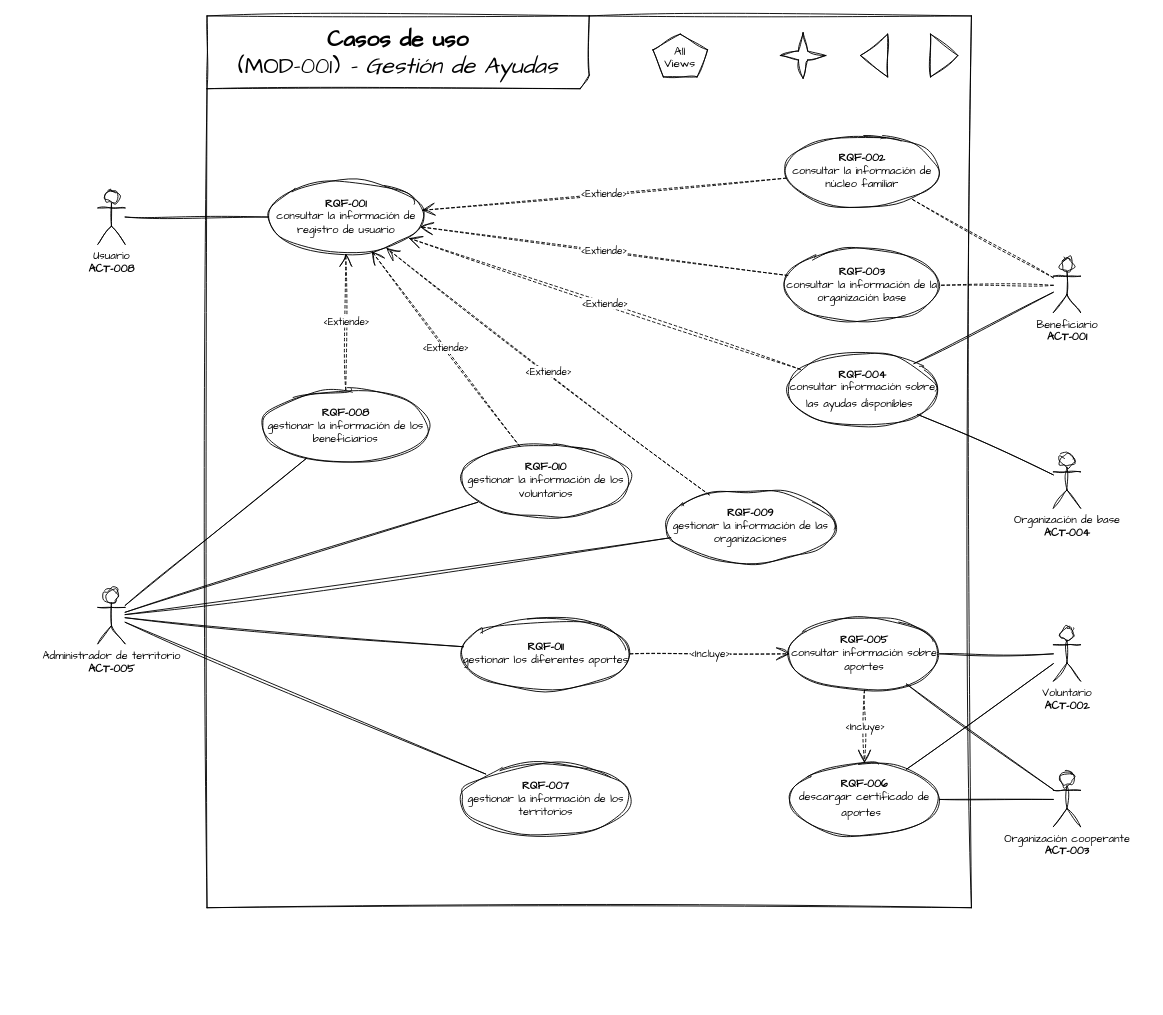
Earlier version of the draw.io diagram page "CU - MOD001" (8 of 11) of Arquitectura de software/Esquemas/Vistas.drawio (yeiferamunozt/ProActHelp). Source tidied: cells renumbered, new cells numbered last; positions are measured from the earlier drawing's top-left corner, leaving out a move shared by most shapes. Both pictures are drawn from the tidied source at 91%, with x=0, y=0 at pixel (97, 15).
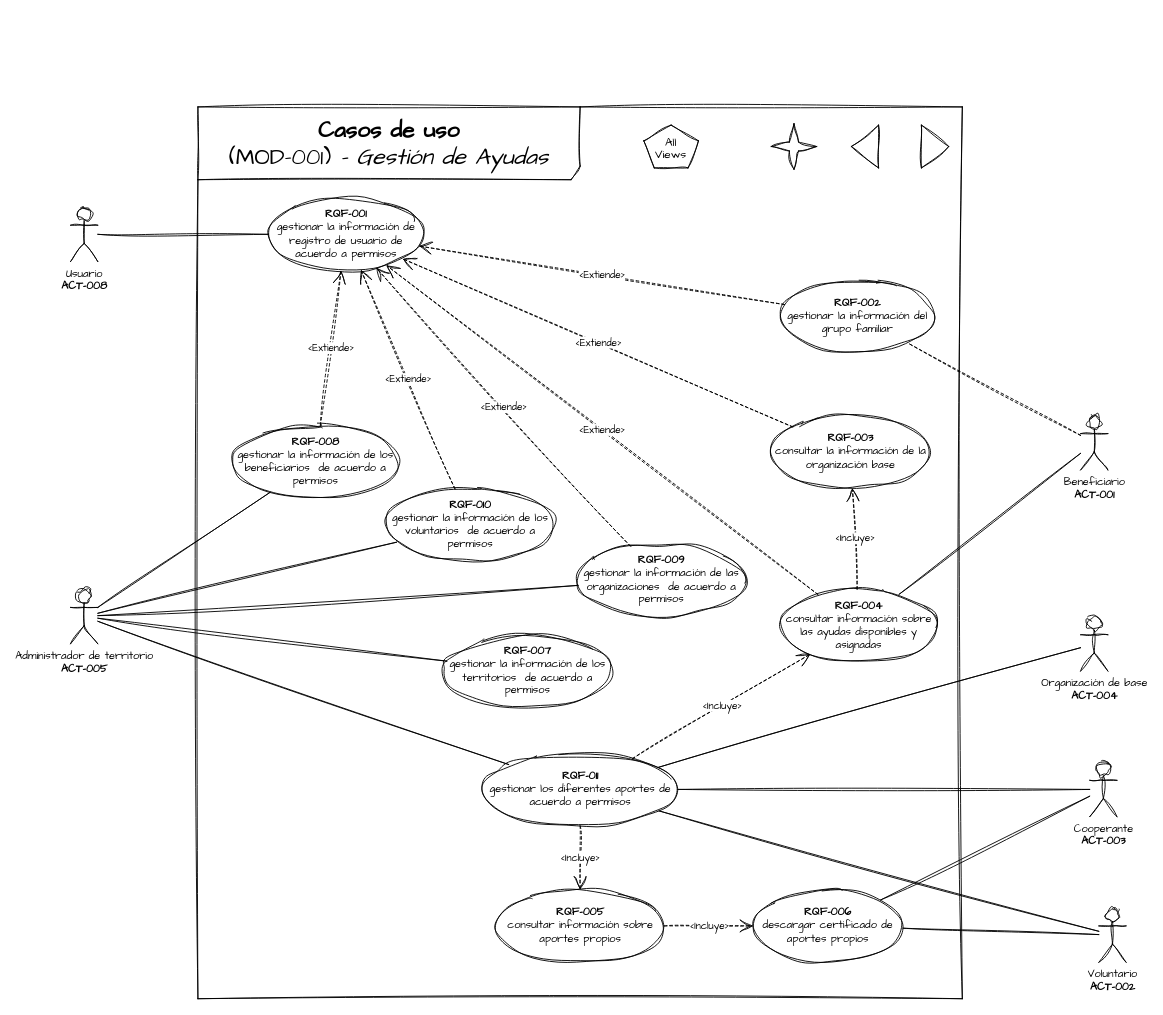
The same diagram, later.

Change to the diagram source:
```diff
@@
     <mxCell id="2" value="&lt;b style=&quot;font-size: 25px;&quot;&gt;&lt;font style=&quot;font-size: 25px;&quot;&gt;Casos de uso&lt;br&gt;&lt;/font&gt;&lt;/b&gt;&lt;div style=&quot;font-size: 25px;&quot;&gt;&lt;font style=&quot;font-size: 25px;&quot;&gt;(MOD-001)&lt;i style=&quot;&quot;&gt;&amp;nbsp;- Gestión de Ayudas&lt;/i&gt;&lt;/font&gt;&lt;/div&gt;" style="shape=umlFrame;whiteSpace=wrap;html=1;width=420;height=80;sketch=1;curveFitting=1;jiggle=2;fontFamily=Architects Daughter;" parent="1" vertex="1">
-      <mxGeometry x="120" width="840" height="980" as="geometry" />
+      <mxGeometry x="110" y="100" width="840" height="980" as="geometry" />
     </mxCell>
-    <mxCell id="3" value="&lt;b&gt;RQF-001&lt;/b&gt;&lt;br&gt;consultar la información de registro de usuario" style="ellipse;whiteSpace=wrap;html=1;sketch=1;curveFitting=1;jiggle=2;fontFamily=Architects Daughter;" parent="1" vertex="1">
-      <mxGeometry x="187.5" y="181" width="170" height="80" as="geometry" />
+    <mxCell id="3" value="&lt;b&gt;RQF-001&lt;/b&gt;&lt;br&gt;gestionar la información de registro de usuario de acuerdo a permisos" style="ellipse;whiteSpace=wrap;html=1;sketch=1;curveFitting=1;jiggle=2;fontFamily=Architects Daughter;" parent="1" vertex="1">
+      <mxGeometry x="187.5" y="200" width="170" height="80" as="geometry" />
     </mxCell>
-    <mxCell id="4" value="&lt;b style=&quot;border-color: var(--border-color);&quot;&gt;RQF-002&lt;/b&gt;&lt;br style=&quot;border-color: var(--border-color);&quot;&gt;consultar la información de núcleo familiar" style="ellipse;whiteSpace=wrap;html=1;sketch=1;curveFitting=1;jiggle=2;fontFamily=Architects Daughter;" parent="1" vertex="1">
-      <mxGeometry x="755" y="131" width="170" height="80" as="geometry" />
+    <mxCell id="4" value="&lt;b style=&quot;border-color: var(--border-color);&quot;&gt;RQF-002&lt;/b&gt;&lt;br style=&quot;border-color: var(--border-color);&quot;&gt;gestionar la información del grupo familiar" style="ellipse;whiteSpace=wrap;html=1;sketch=1;curveFitting=1;jiggle=2;fontFamily=Architects Daughter;" parent="1" vertex="1">
+      <mxGeometry x="750" y="290" width="170" height="80" as="geometry" />
     </mxCell>
     <mxCell id="5" value="&lt;b style=&quot;border-color: var(--border-color);&quot;&gt;RQF-003&lt;/b&gt;&lt;br style=&quot;border-color: var(--border-color);&quot;&gt;consultar la información de la organización base" style="ellipse;whiteSpace=wrap;html=1;sketch=1;curveFitting=1;jiggle=2;fontFamily=Architects Daughter;" parent="1" vertex="1">
-      <mxGeometry x="755" y="256" width="170" height="80" as="geometry" />
+      <mxGeometry x="740" y="439" width="175" height="80" as="geometry" />
     </mxCell>
-    <mxCell id="6" value="&lt;b&gt;RQF-004&lt;/b&gt;&lt;br&gt;consultar información sobre las ayudas disponibles&lt;span style=&quot;color: rgb(31, 35, 40); font-size: 16px; text-align: start; background-color: rgb(255, 255, 255);&quot;&gt;&amp;nbsp;&lt;/span&gt;" style="ellipse;whiteSpace=wrap;html=1;sketch=1;curveFitting=1;jiggle=2;fontFamily=Architects Daughter;" parent="1" vertex="1">
-      <mxGeometry x="757.5" y="371" width="165" height="80" as="geometry" />
+    <mxCell id="6" value="&lt;b&gt;RQF-004&lt;/b&gt;&lt;br&gt;consultar información sobre las ayudas disponibles y asignadas" style="ellipse;whiteSpace=wrap;html=1;sketch=1;curveFitting=1;jiggle=2;fontFamily=Architects Daughter;" parent="1" vertex="1">
+      <mxGeometry x="750" y="630" width="172.5" height="80" as="geometry" />
     </mxCell>
-    <mxCell id="7" value="&lt;div&gt;&lt;b&gt;RQF-005&lt;/b&gt;&lt;/div&gt;consultar información sobre aportes" style="ellipse;whiteSpace=wrap;html=1;sketch=1;curveFitting=1;jiggle=2;fontFamily=Architects Daughter;" parent="1" vertex="1">
-      <mxGeometry x="760" y="661" width="165" height="80" as="geometry" />
+    <mxCell id="7" value="&lt;div&gt;&lt;b&gt;RQF-005&lt;/b&gt;&lt;/div&gt;consultar información sobre aportes propios" style="ellipse;whiteSpace=wrap;html=1;sketch=1;curveFitting=1;jiggle=2;fontFamily=Architects Daughter;" parent="1" vertex="1">
+      <mxGeometry x="437.5" y="960" width="185" height="80" as="geometry" />
     </mxCell>
-    <mxCell id="8" value="&lt;div style=&quot;border-color: var(--border-color);&quot;&gt;&lt;b style=&quot;border-color: var(--border-color);&quot;&gt;RQF-006&lt;/b&gt;&lt;/div&gt;descargar certificado de aportes&lt;span style=&quot;color: rgb(31, 35, 40); font-size: 16px; text-align: start; background-color: rgb(255, 255, 255);&quot;&gt;&amp;nbsp;&lt;/span&gt;" style="ellipse;whiteSpace=wrap;html=1;sketch=1;curveFitting=1;jiggle=2;fontFamily=Architects Daughter;" parent="1" vertex="1">
-      <mxGeometry x="760" y="821" width="165" height="80" as="geometry" />
+    <mxCell id="8" value="&lt;div style=&quot;border-color: var(--border-color);&quot;&gt;&lt;b style=&quot;border-color: var(--border-color);&quot;&gt;RQF-006&lt;/b&gt;&lt;/div&gt;descargar certificado de aportes propios" style="ellipse;whiteSpace=wrap;html=1;sketch=1;curveFitting=1;jiggle=2;fontFamily=Architects Daughter;" parent="1" vertex="1">
+      <mxGeometry x="720" y="960" width="165" height="80" as="geometry" />
     </mxCell>
-    <mxCell id="9" value="&lt;div style=&quot;border-color: var(--border-color);&quot;&gt;&lt;b style=&quot;border-color: var(--border-color);&quot;&gt;RQF-007&lt;/b&gt;&lt;/div&gt;gestionar la información de los territorios" style="ellipse;whiteSpace=wrap;html=1;sketch=1;curveFitting=1;jiggle=2;fontFamily=Architects Daughter;" parent="1" vertex="1">
-      <mxGeometry x="400" y="821" width="185" height="80" as="geometry" />
+    <mxCell id="9" value="&lt;div style=&quot;border-color: var(--border-color);&quot;&gt;&lt;b style=&quot;border-color: var(--border-color);&quot;&gt;RQF-007&lt;/b&gt;&lt;/div&gt;gestionar la información de los territorios&amp;nbsp;&amp;nbsp;de acuerdo a permisos" style="ellipse;whiteSpace=wrap;html=1;sketch=1;curveFitting=1;jiggle=2;fontFamily=Architects Daughter;" parent="1" vertex="1">
+      <mxGeometry x="380" y="680" width="185" height="80" as="geometry" />
     </mxCell>
-    <mxCell id="10" value="&lt;div style=&quot;border-color: var(--border-color);&quot;&gt;&lt;b style=&quot;border-color: var(--border-color);&quot;&gt;RQF-008&lt;/b&gt;&lt;/div&gt;gestionar la información de los beneficiarios" style="ellipse;whiteSpace=wrap;html=1;sketch=1;curveFitting=1;jiggle=2;fontFamily=Architects Daughter;" parent="1" vertex="1">
-      <mxGeometry x="180" y="411" width="185" height="80" as="geometry" />
+    <mxCell id="10" value="&lt;div style=&quot;border-color: var(--border-color);&quot;&gt;&lt;b style=&quot;border-color: var(--border-color);&quot;&gt;RQF-008&lt;/b&gt;&lt;/div&gt;gestionar la información de los beneficiarios&amp;nbsp;&amp;nbsp;de acuerdo a permisos" style="ellipse;whiteSpace=wrap;html=1;sketch=1;curveFitting=1;jiggle=2;fontFamily=Architects Daughter;" parent="1" vertex="1">
+      <mxGeometry x="146.9" y="450" width="185" height="80" as="geometry" />
     </mxCell>
-    <mxCell id="11" value="&lt;div style=&quot;border-color: var(--border-color);&quot;&gt;&lt;b style=&quot;border-color: var(--border-color);&quot;&gt;RQF-009&lt;/b&gt;&lt;/div&gt;gestionar la información de las organizaciones" style="ellipse;whiteSpace=wrap;html=1;sketch=1;curveFitting=1;jiggle=2;fontFamily=Architects Daughter;" parent="1" vertex="1">
-      <mxGeometry x="625" y="521" width="185" height="80" as="geometry" />
+    <mxCell id="11" value="&lt;div style=&quot;border-color: var(--border-color);&quot;&gt;&lt;b style=&quot;border-color: var(--border-color);&quot;&gt;RQF-009&lt;/b&gt;&lt;/div&gt;gestionar la información de las organizaciones&amp;nbsp;&amp;nbsp;de acuerdo a permisos" style="ellipse;whiteSpace=wrap;html=1;sketch=1;curveFitting=1;jiggle=2;fontFamily=Architects Daughter;" parent="1" vertex="1">
+      <mxGeometry x="526.9" y="580" width="185" height="80" as="geometry" />
     </mxCell>
-    <mxCell id="12" value="&lt;div style=&quot;border-color: var(--border-color);&quot;&gt;&lt;b style=&quot;border-color: var(--border-color);&quot;&gt;RQF-010&lt;/b&gt;&lt;/div&gt;gestionar la información de los voluntarios" style="ellipse;whiteSpace=wrap;html=1;sketch=1;curveFitting=1;jiggle=2;fontFamily=Architects Daughter;" parent="1" vertex="1">
-      <mxGeometry x="400" y="471" width="185" height="80" as="geometry" />
+    <mxCell id="12" value="&lt;div style=&quot;border-color: var(--border-color);&quot;&gt;&lt;b style=&quot;border-color: var(--border-color);&quot;&gt;RQF-010&lt;/b&gt;&lt;/div&gt;gestionar la información de los voluntarios&amp;nbsp;&amp;nbsp;de acuerdo a permisos" style="ellipse;whiteSpace=wrap;html=1;sketch=1;curveFitting=1;jiggle=2;fontFamily=Architects Daughter;" parent="1" vertex="1">
+      <mxGeometry x="316.9" y="519" width="185" height="80" as="geometry" />
     </mxCell>
-    <mxCell id="13" value="&lt;div style=&quot;border-color: var(--border-color);&quot;&gt;&lt;b style=&quot;border-color: var(--border-color);&quot;&gt;RQF-011&lt;/b&gt;&lt;/div&gt;gestionar los diferentes aportes" style="ellipse;whiteSpace=wrap;html=1;sketch=1;curveFitting=1;jiggle=2;fontFamily=Architects Daughter;" parent="1" vertex="1">
-      <mxGeometry x="400" y="661" width="185" height="80" as="geometry" />
+    <mxCell id="13" value="&lt;div style=&quot;border-color: var(--border-color);&quot;&gt;&lt;b style=&quot;border-color: var(--border-color);&quot;&gt;RQF-011&lt;/b&gt;&lt;/div&gt;gestionar los diferentes aportes de acuerdo a permisos" style="ellipse;whiteSpace=wrap;html=1;sketch=1;curveFitting=1;jiggle=2;fontFamily=Architects Daughter;" parent="1" vertex="1">
+      <mxGeometry x="422.5" y="810" width="215" height="80" as="geometry" />
     </mxCell>
     <mxCell id="14" value="Beneficiario&lt;br&gt;&lt;b&gt;ACT-001&lt;/b&gt;" style="shape=umlActor;verticalLabelPosition=bottom;verticalAlign=top;html=1;outlineConnect=0;sketch=1;curveFitting=1;jiggle=2;fontFamily=Architects Daughter;" parent="1" vertex="1">
-      <mxGeometry x="1050" y="266" width="30" height="60" as="geometry" />
+      <mxGeometry x="1080" y="439" width="30" height="60" as="geometry" />
     </mxCell>
     <mxCell id="15" value="Organización de base&lt;br&gt;&lt;b&gt;ACT-004&lt;/b&gt;" style="shape=umlActor;verticalLabelPosition=bottom;verticalAlign=top;html=1;outlineConnect=0;sketch=1;curveFitting=1;jiggle=2;fontFamily=Architects Daughter;" parent="1" vertex="1">
-      <mxGeometry x="1050" y="481" width="30" height="60" as="geometry" />
+      <mxGeometry x="1080" y="660" width="30" height="60" as="geometry" />
     </mxCell>
     <mxCell id="16" value="Voluntario&lt;br&gt;&lt;b&gt;ACT-002&lt;/b&gt;" style="shape=umlActor;verticalLabelPosition=bottom;verticalAlign=top;html=1;outlineConnect=0;sketch=1;curveFitting=1;jiggle=2;fontFamily=Architects Daughter;" parent="1" vertex="1">
-      <mxGeometry x="1050" y="671" width="30" height="60" as="geometry" />
+      <mxGeometry x="1100" y="980" width="30" height="60" as="geometry" />
     </mxCell>
-    <mxCell id="17" value="Organización cooperante&lt;br&gt;&lt;b&gt;ACT-003&lt;/b&gt;" style="shape=umlActor;verticalLabelPosition=bottom;verticalAlign=top;html=1;outlineConnect=0;sketch=1;curveFitting=1;jiggle=2;fontFamily=Architects Daughter;" parent="1" vertex="1">
-      <mxGeometry x="1050" y="831" width="30" height="60" as="geometry" />
+    <mxCell id="17" value="Cooperante&lt;br&gt;&lt;b&gt;ACT-003&lt;/b&gt;" style="shape=umlActor;verticalLabelPosition=bottom;verticalAlign=top;html=1;outlineConnect=0;sketch=1;curveFitting=1;jiggle=2;fontFamily=Architects Daughter;" parent="1" vertex="1">
+      <mxGeometry x="1090" y="820" width="30" height="60" as="geometry" />
     </mxCell>
     <mxCell id="18" value="Usuario&lt;br&gt;&lt;b&gt;ACT-008&lt;/b&gt;" style="shape=umlActor;verticalLabelPosition=bottom;verticalAlign=top;html=1;outlineConnect=0;sketch=1;curveFitting=1;jiggle=2;fontFamily=Architects Daughter;" parent="1" vertex="1">
-      <mxGeometry y="191" width="30" height="60" as="geometry" />
+      <mxGeometry x="-30" y="210" width="30" height="60" as="geometry" />
     </mxCell>
@@
-    <mxCell id="21" style="endArrow=none;html=1;rounded=0;dashed=1;sketch=1;curveFitting=1;jiggle=2;fontFamily=Architects Daughter;" parent="1" edge="1" source="14" target="5">
-      <mxGeometry relative="1" as="geometry" />
-    </mxCell>
@@
-    <mxCell id="23" style="endArrow=none;html=1;rounded=0;sketch=1;curveFitting=1;jiggle=2;fontFamily=Architects Daughter;" parent="1" edge="1" source="6" target="15">
+    <mxCell id="23" style="endArrow=none;html=1;rounded=0;sketch=1;curveFitting=1;jiggle=2;fontFamily=Architects Daughter;" parent="1" edge="1" source="13" target="15">
       <mxGeometry relative="1" as="geometry" />
     </mxCell>
-    <mxCell id="24" style="endArrow=none;html=1;rounded=0;sketch=1;curveFitting=1;jiggle=2;fontFamily=Architects Daughter;" parent="1" edge="1" source="7" target="16">
+    <mxCell id="24" style="endArrow=none;html=1;rounded=0;sketch=1;curveFitting=1;jiggle=2;fontFamily=Architects Daughter;" parent="1" edge="1" source="13" target="16">
       <mxGeometry relative="1" as="geometry" />
     </mxCell>
-    <mxCell id="25" style="endArrow=none;html=1;rounded=0;sketch=1;curveFitting=1;jiggle=2;fontFamily=Architects Daughter;" parent="1" edge="1" source="7" target="17">
+    <mxCell id="25" style="endArrow=none;html=1;rounded=0;sketch=1;curveFitting=1;jiggle=2;fontFamily=Architects Daughter;" parent="1" edge="1" source="13" target="17">
       <mxGeometry relative="1" as="geometry" />
     </mxCell>
@@
     <mxCell id="28" value="Administrador de territorio&lt;br&gt;&lt;b&gt;ACT-005&lt;/b&gt;" style="shape=umlActor;verticalLabelPosition=bottom;verticalAlign=top;html=1;outlineConnect=0;sketch=1;curveFitting=1;jiggle=2;fontFamily=Architects Daughter;" parent="1" vertex="1">
-      <mxGeometry y="630" width="30" height="60" as="geometry" />
+      <mxGeometry x="-30" y="630" width="30" height="60" as="geometry" />
     </mxCell>
@@
-    <mxCell id="38" value="&amp;lt;Incluye&amp;gt;" style="endArrow=open;endSize=12;dashed=1;html=1;rounded=0;sketch=1;curveFitting=1;jiggle=2;fontFamily=Architects Daughter;" parent="1" edge="1" source="13" target="7">
-      <mxGeometry x="0.01" relative="1" as="geometry" />
-    </mxCell>
@@
     <mxCell id="42" style="group;" parent="1" vertex="1">
-      <mxGeometry x="590" width="370" height="87" as="geometry" />
+      <mxGeometry x="580" y="100" width="370" height="87" as="geometry" />
     </mxCell>
@@
+    <mxCell id="38" value="&amp;lt;Incluye&amp;gt;" style="endArrow=open;endSize=12;dashed=1;html=1;rounded=0;sketch=1;curveFitting=1;jiggle=2;fontFamily=Architects Daughter;" parent="1" edge="1" source="13" target="7">
+      <mxGeometry x="0.01" relative="1" as="geometry" />
+    </mxCell>
+    <mxCell id="48" value="&amp;lt;Incluye&amp;gt;" style="endArrow=open;endSize=12;dashed=1;html=1;rounded=0;sketch=1;curveFitting=1;jiggle=2;fontFamily=Architects Daughter;" parent="1" edge="1" source="13" target="6">
+      <mxGeometry x="0.01" relative="1" as="geometry" />
+    </mxCell>
+    <mxCell id="49" value="&amp;lt;Incluye&amp;gt;" style="endArrow=open;endSize=12;dashed=1;html=1;rounded=0;sketch=1;curveFitting=1;jiggle=2;fontFamily=Architects Daughter;" parent="1" edge="1" source="6" target="5">
+      <mxGeometry x="0.01" relative="1" as="geometry" />
+    </mxCell>
```
